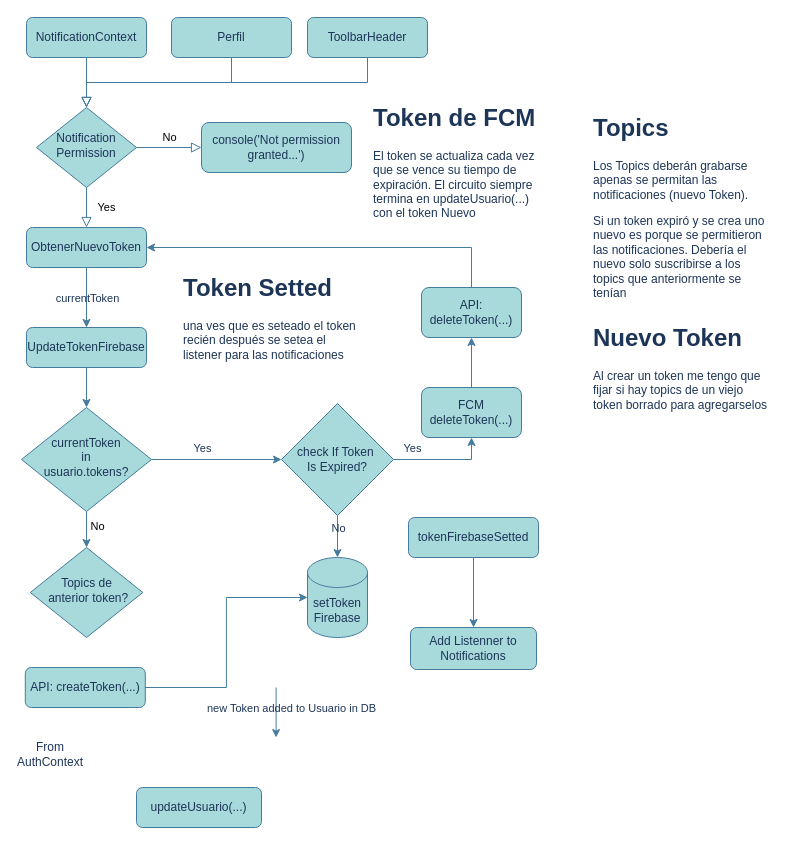
Above: FCM ciclo de vida Token.drawio in ariel0000/bar-app-diagrams (draw.io), before the change. Source tidied: cells renumbered, new cells numbered last; positions are measured from the earlier drawing's top-left corner, leaving out a move shared by most shapes. Both pictures are drawn from the tidied source at 100%, with x=0, y=0 at pixel (20, 17).
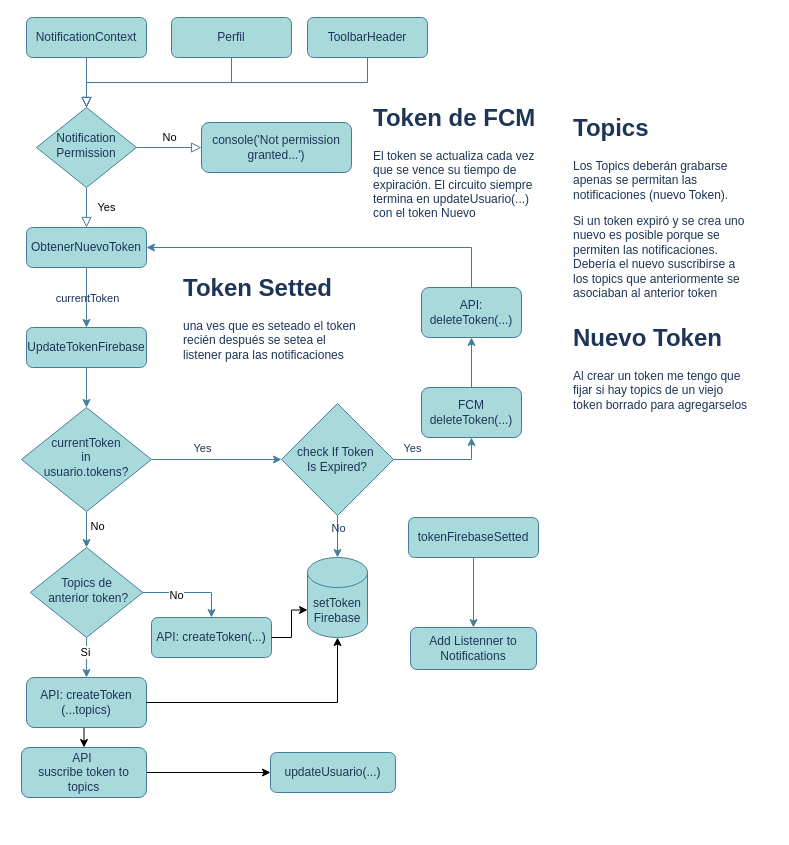
After the change.

Unchanged cells that the change refers to:
```xml
<mxCell id="32" value="setToken Firebase" style="shape=cylinder3;whiteSpace=wrap;html=1;boundedLbl=1;backgroundOutline=1;size=15;labelBackgroundColor=none;fillColor=#A8DADC;strokeColor=#457B9D;fontColor=#1D3557;" parent="1" vertex="1">
  <mxGeometry x="287" y="540" width="60" height="80" as="geometry" />
</mxCell>
<mxCell id="43" value="Topics de&lt;div&gt;&amp;nbsp;anterior token?&lt;/div&gt;" style="rhombus;whiteSpace=wrap;html=1;shadow=0;fontFamily=Helvetica;fontSize=12;align=center;strokeWidth=1;spacing=6;spacingTop=-4;labelBackgroundColor=none;fillColor=#A8DADC;strokeColor=#457B9D;fontColor=#1D3557;" parent="1" vertex="1">
  <mxGeometry x="9.8" y="530" width="112.5" height="90" as="geometry" />
</mxCell>
```

Diff of the diagram source:
```diff
@@
-    <mxCell id="11" style="edgeStyle=orthogonalEdgeStyle;rounded=0;orthogonalLoop=1;jettySize=auto;html=1;exitX=0.5;exitY=1;exitDx=0;exitDy=0;entryX=0.5;entryY=0;entryDx=0;entryDy=0;labelBackgroundColor=none;fontColor=default;strokeColor=#457B9D;" parent="1" edge="1">
-      <mxGeometry relative="1" as="geometry">
-        <mxPoint x="255.6" y="670" as="sourcePoint" />
-        <mxPoint x="255.6" y="720" as="targetPoint" />
-      </mxGeometry>
-    </mxCell>
-    <mxCell id="12" value="new Token added to Usuario in DB" style="edgeLabel;html=1;align=center;verticalAlign=middle;labelBackgroundColor=none;fontColor=#1D3557;" parent="11" vertex="1">
-      <mxGeometry x="-0.21" y="1" relative="1" as="geometry">
-        <mxPoint x="14" as="offset" />
-      </mxGeometry>
-    </mxCell>
+    <mxCell id="46" style="edgeStyle=orthogonalEdgeStyle;rounded=0;jettySize=auto;html=1;exitX=0.5;exitY=1;exitDx=0;exitDy=0;entryX=0.5;entryY=0;entryDx=0;entryDy=0;" parent="1" edge="1" source="13" target="54">
+      <mxGeometry relative="1" as="geometry" />
+    </mxCell>
-    <mxCell id="13" value="API: createToken(...)" style="rounded=1;whiteSpace=wrap;html=1;fontSize=12;glass=0;strokeWidth=1;shadow=0;labelBackgroundColor=none;fillColor=#A8DADC;strokeColor=#457B9D;fontColor=#1D3557;" parent="1" vertex="1">
-      <mxGeometry x="4.8" y="650" width="120" height="40" as="geometry" />
+    <mxCell id="13" value="API: createToken&lt;div&gt;(...topics)&lt;/div&gt;" style="rounded=1;whiteSpace=wrap;html=1;fontSize=12;glass=0;strokeWidth=1;shadow=0;labelBackgroundColor=none;fillColor=#A8DADC;strokeColor=#457B9D;fontColor=#1D3557;" parent="1" vertex="1">
+      <mxGeometry x="6" y="660" width="120" height="50" as="geometry" />
     </mxCell>
@@
     <mxCell id="20" value="updateUsuario(...)" style="rounded=1;whiteSpace=wrap;html=1;fontSize=12;glass=0;strokeWidth=1;shadow=0;labelBackgroundColor=none;fillColor=#A8DADC;strokeColor=#457B9D;fontColor=#1D3557;" parent="1" vertex="1">
-      <mxGeometry x="116" y="770" width="125" height="40" as="geometry" />
+      <mxGeometry x="250" y="735" width="125" height="40" as="geometry" />
     </mxCell>
-    <mxCell id="21" value="From AuthContext" style="text;html=1;align=center;verticalAlign=middle;whiteSpace=wrap;rounded=0;labelBackgroundColor=none;fontColor=#1D3557;" parent="1" vertex="1">
-      <mxGeometry x="0.2" y="722" width="60" height="30" as="geometry" />
-    </mxCell>
@@
-    <mxCell id="36" style="edgeStyle=orthogonalEdgeStyle;rounded=0;jettySize=auto;html=1;exitX=1;exitY=0.5;exitDx=0;exitDy=0;entryX=0;entryY=0.5;entryDx=0;entryDy=0;entryPerimeter=0;labelBackgroundColor=none;fontColor=default;strokeColor=#457B9D;" parent="1" edge="1" source="13" target="32">
-      <mxGeometry relative="1" as="geometry" />
-    </mxCell>
@@
-    <mxCell id="41" value="&lt;h1 style=&quot;margin-top: 0px;&quot;&gt;Topics&lt;/h1&gt;&lt;p&gt;Los Topics deberán grabarse apenas se permitan las notificaciones (nuevo Token).&lt;/p&gt;&lt;p&gt;Si un token expiró y se crea uno nuevo es porque se permitieron las notificaciones. Debería el nuevo solo suscribirse a los topics que anteriormente se tenían&lt;/p&gt;" style="text;html=1;whiteSpace=wrap;overflow=hidden;rounded=0;labelBackgroundColor=none;fontColor=#1D3557;" parent="1" vertex="1">
-      <mxGeometry x="571" y="90" width="180" height="200" as="geometry" />
+    <mxCell id="41" value="&lt;h1 style=&quot;margin-top: 0px;&quot;&gt;Topics&lt;/h1&gt;&lt;p&gt;Los Topics deberán grabarse apenas se permitan las notificaciones (nuevo Token).&lt;/p&gt;&lt;p&gt;Si un token expiró y se crea uno nuevo es posible porque se permiten las notificaciones. Debería el nuevo suscribirse a los topics que anteriormente se asociaban al anterior token&lt;/p&gt;" style="text;html=1;whiteSpace=wrap;overflow=hidden;rounded=0;labelBackgroundColor=none;fontColor=#1D3557;" parent="1" vertex="1">
+      <mxGeometry x="551" y="90" width="180" height="200" as="geometry" />
     </mxCell>
     <mxCell id="42" value="&lt;h1 style=&quot;margin-top: 0px;&quot;&gt;Nuevo Token&lt;/h1&gt;&lt;p&gt;Al crear un token me tengo que fijar si hay topics de un viejo token borrado para agregarselos&lt;/p&gt;" style="text;html=1;whiteSpace=wrap;overflow=hidden;rounded=0;labelBackgroundColor=none;fontColor=#1D3557;" parent="1" vertex="1">
-      <mxGeometry x="571" y="300" width="180" height="100" as="geometry" />
+      <mxGeometry x="551" y="300" width="180" height="100" as="geometry" />
     </mxCell>
@@
+    <mxCell id="47" style="edgeStyle=orthogonalEdgeStyle;rounded=0;jettySize=auto;html=1;exitX=0.5;exitY=1;exitDx=0;exitDy=0;entryX=0.5;entryY=0;entryDx=0;entryDy=0;labelBackgroundColor=none;fontColor=default;strokeColor=#457B9D;" parent="1" edge="1" source="43" target="13">
+      <mxGeometry relative="1" as="geometry" />
+    </mxCell>
+    <mxCell id="48" value="Si" style="edgeLabel;html=1;align=center;verticalAlign=middle;" parent="47" vertex="1">
+      <mxGeometry x="-0.29" y="-2" relative="1" as="geometry" />
+    </mxCell>
+    <mxCell id="49" value="API: createToken(...)" style="rounded=1;whiteSpace=wrap;html=1;fontSize=12;glass=0;strokeWidth=1;shadow=0;labelBackgroundColor=none;fillColor=#A8DADC;strokeColor=#457B9D;fontColor=#1D3557;" parent="1" vertex="1">
+      <mxGeometry x="131" y="600" width="120" height="40" as="geometry" />
+    </mxCell>
+    <mxCell id="50" style="edgeStyle=orthogonalEdgeStyle;rounded=0;jettySize=auto;html=1;exitX=1;exitY=0.5;exitDx=0;exitDy=0;entryX=0.5;entryY=0;entryDx=0;entryDy=0;labelBackgroundColor=none;fontColor=default;strokeColor=#457B9D;" parent="1" edge="1" source="43" target="49">
+      <mxGeometry relative="1" as="geometry" />
+    </mxCell>
+    <mxCell id="51" value="No" style="edgeLabel;html=1;align=center;verticalAlign=middle;" parent="50" vertex="1">
+      <mxGeometry x="-0.29" y="-2" relative="1" as="geometry" />
+    </mxCell>
+    <mxCell id="52" style="edgeStyle=orthogonalEdgeStyle;rounded=0;jettySize=auto;html=1;exitX=1;exitY=0.5;exitDx=0;exitDy=0;entryX=0;entryY=0;entryDx=0;entryDy=52.5;entryPerimeter=0;" parent="1" edge="1" source="49" target="32">
+      <mxGeometry relative="1" as="geometry" />
+    </mxCell>
+    <mxCell id="36" style="edgeStyle=orthogonalEdgeStyle;rounded=0;jettySize=auto;html=1;exitX=1;exitY=0.5;exitDx=0;exitDy=0;entryX=0.5;entryY=1;entryDx=0;entryDy=0;entryPerimeter=0;" parent="1" edge="1" source="13" target="32">
+      <mxGeometry relative="1" as="geometry" />
+    </mxCell>
+    <mxCell id="53" style="edgeStyle=orthogonalEdgeStyle;rounded=0;jettySize=auto;html=1;exitX=1;exitY=0.5;exitDx=0;exitDy=0;entryX=0;entryY=0.5;entryDx=0;entryDy=0;" parent="1" edge="1" source="54" target="20">
+      <mxGeometry relative="1" as="geometry" />
+    </mxCell>
+    <mxCell id="54" value="API&amp;nbsp;&lt;div&gt;suscribe token to topics&lt;/div&gt;" style="rounded=1;whiteSpace=wrap;html=1;fontSize=12;glass=0;strokeWidth=1;shadow=0;labelBackgroundColor=none;fillColor=#A8DADC;strokeColor=#457B9D;fontColor=#1D3557;" parent="1" vertex="1">
+      <mxGeometry x="1" y="730" width="125" height="50" as="geometry" />
+    </mxCell>
```
